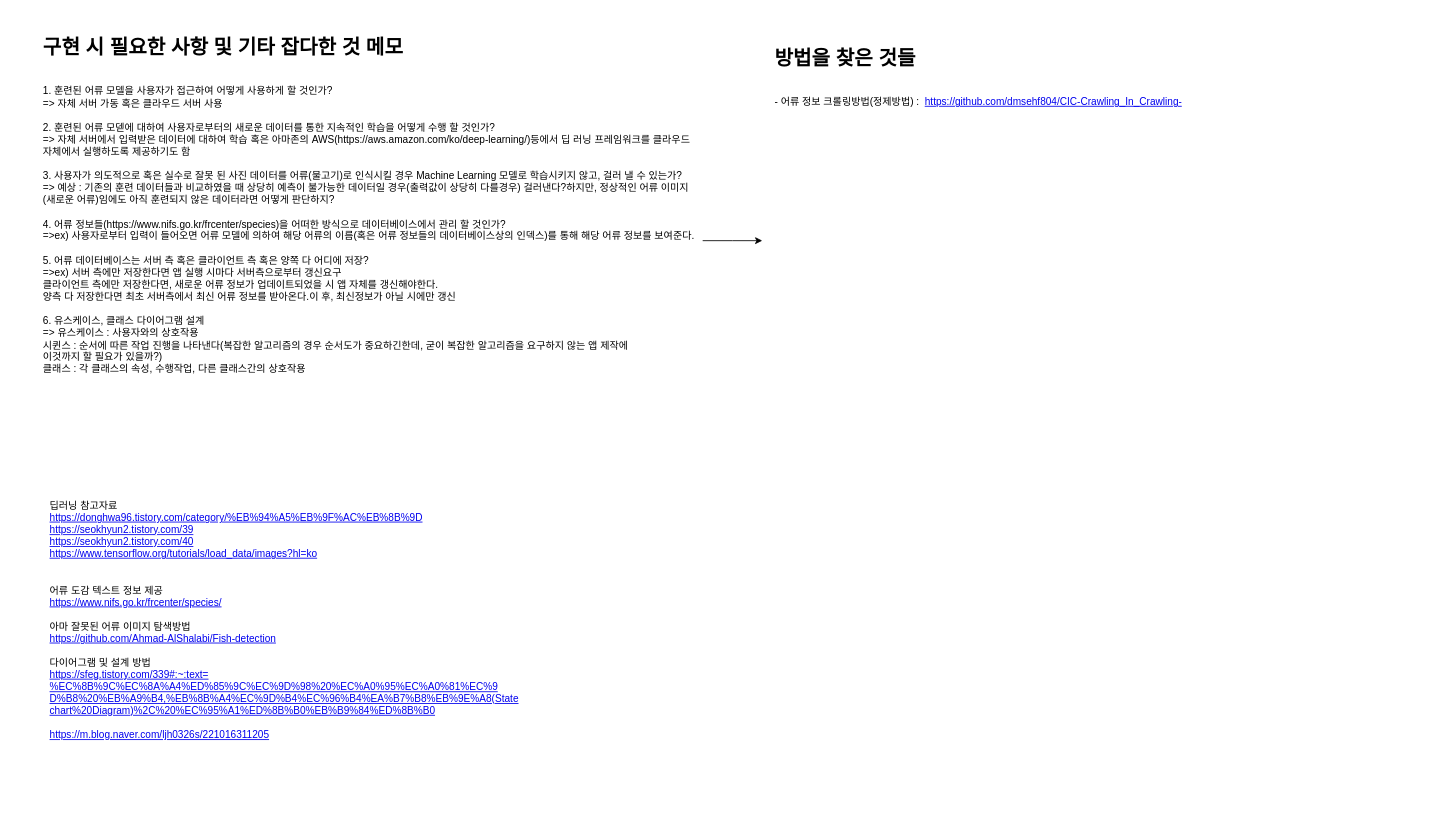
Before: page "메모" (1 of 6) of 설계/설계.drawio in 2021-KNU-Capstone-Team1/FishDic, a draw.io diagram. Source tidied: cells renumbered, new cells numbered last; positions are measured from the earlier drawing's top-left corner, leaving out a move shared by most shapes. Both pictures are drawn from the tidied source at 84%, with x=0, y=0 at pixel (39, 30).
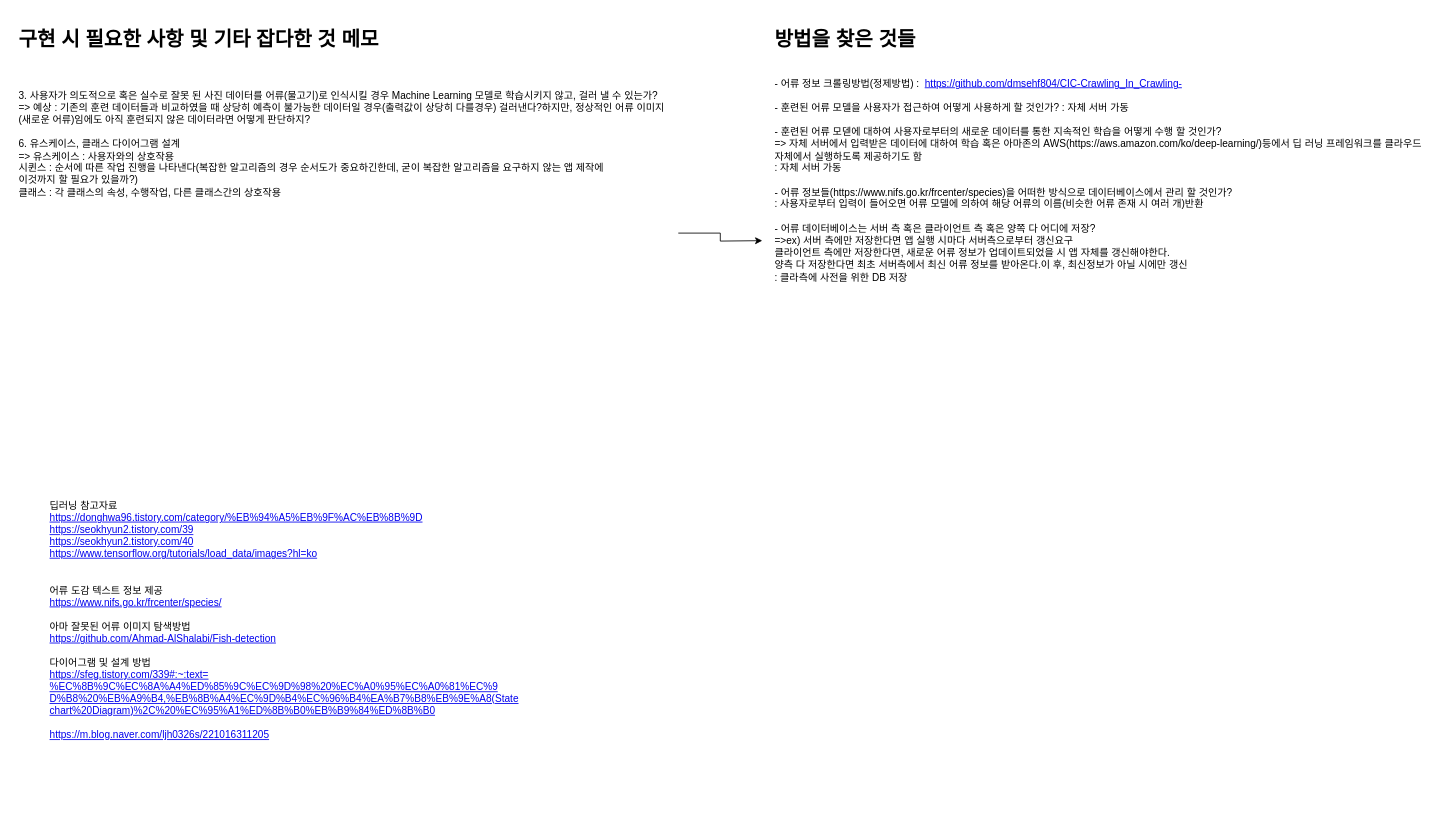
The same diagram, later.

What changed in the source:
```diff
@@
 <mxGraphModel>
   <root>
     <mxCell id="0" />
     <mxCell id="1" parent="0" />
     <mxCell id="2" style="edgeStyle=orthogonalEdgeStyle;rounded=0;jettySize=auto;html=1;" parent="1" edge="1" source="3">
       <mxGeometry relative="1" as="geometry">
         <mxPoint x="861" y="250" as="targetPoint" />
       </mxGeometry>
     </mxCell>
-    <mxCell id="3" value="&lt;h1&gt;구현 시 필요한 사항 및 기타 잡다한 것 메모&lt;/h1&gt;&lt;div&gt;&lt;br&gt;&lt;/div&gt;&lt;div&gt;1. 훈련된 어류 모델을 사용자가 접근하여 어떻게 사용하게 할 것인가?&lt;/div&gt;&lt;div&gt;=&amp;gt; 자체 서버 가동 혹은 클라우드 서버 사용&lt;/div&gt;&lt;div&gt;&lt;br&gt;&lt;/div&gt;&lt;div&gt;2. 훈련된 어류 모덷에 대하여 사용자로부터의 새로운 데이터를 통한 지속적인 학습을 어떻게 수행 할 것인가?&lt;/div&gt;&lt;div&gt;=&amp;gt; 자체 서버에서 입력받은 데이터에 대하여 학습 혹은 아마존의 AWS(https://aws.amazon.com/ko/deep-learning/)등에서 딥 러닝 프레임워크를 클라우드 자체에서 실행하도록 제공하기도 함&lt;/div&gt;&lt;div&gt;&lt;br&gt;&lt;/div&gt;&lt;div&gt;3. 사용자가 의도적으로 혹은 실수로 잘못 된 사진 데이터를 어류(물고기)로 인식시킬 경우 Machine Learning 모델로 학습시키지 않고, 걸러 낼 수 있는가?&lt;/div&gt;&lt;div&gt;=&amp;gt; 예상 : 기존의 훈련 데이터들과 비교하였을 때 상당히 예측이 불가능한 데이터일 경우(출력값이 상당히 다를경우) 걸러낸다?하지만, 정상적인 어류 이미지(새로운 어류)임에도 아직 훈련되지 않은 데이터라면 어떻게 판단하지?&lt;/div&gt;&lt;div&gt;&lt;br&gt;&lt;/div&gt;&lt;div&gt;4. 어류 정보들(https://www.nifs.go.kr/frcenter/species)을 어떠한 방식으로 데이터베이스에서 관리 할 것인가?&lt;/div&gt;&lt;div&gt;=&amp;gt;ex) 사용자로부터 입력이 들어오면 어류 모델에 의하여 해당 어류의 이름(혹은 어류 정보들의 데이터베이스상의 인덱스)를 통해 해당 어류 정보를 보여준다.&lt;/div&gt;&lt;div&gt;&lt;br&gt;&lt;/div&gt;&lt;div&gt;5. 어류 데이터베이스는 서버 측 혹은 클라이언트 측 혹은 양쪽 다 어디에 저장?&lt;/div&gt;&lt;div&gt;=&amp;gt;ex) 서버 측에만 저장한다면 앱 실행 시마다 서버측으로부터 갱신요구&lt;/div&gt;&lt;div&gt;클라이언트 측에만 저장한다면, 새로운 어류 정보가 업데이트되었을 시 앱 자체를 갱신해야한다.&lt;/div&gt;&lt;div&gt;양측 다 저장한다면 최초 서버측에서 최신 어류 정보를 받아온다.이 후, 최신정보가 아닐 시에만 갱신&lt;/div&gt;&lt;div&gt;&lt;br&gt;&lt;/div&gt;&lt;div&gt;6. 유스케이스, 클래스 다이어그램 설계&lt;/div&gt;&lt;div&gt;=&amp;gt; 유스케이스 : 사용자와의 상호작용&lt;/div&gt;&lt;div&gt;시퀸스 : 순서에 따른 작업 진행을 나타낸다(복잡한 알고리즘의 경우 순서도가 중요하긴한데, 굳이 복잡한 알고리즘을 요구하지 않는 앱 제작에&amp;nbsp;&lt;/div&gt;&lt;div&gt;이것까지 할 필요가 있을까?)&lt;/div&gt;&lt;div&gt;클래스 : 각 클래스의 속성, 수행작업, 다른 클래스간의 상호작용&lt;/div&gt;" style="text;html=1;strokeColor=none;fillColor=none;spacing=5;spacingTop=-20;whiteSpace=wrap;overflow=hidden;rounded=0;align=left;" parent="1" vertex="1">
-      <mxGeometry width="790" height="500" as="geometry" />
+    <mxCell id="3" value="&lt;h1&gt;구현 시 필요한 사항 및 기타 잡다한 것 메모&lt;/h1&gt;&lt;div&gt;&lt;br&gt;&lt;/div&gt;&lt;div&gt;&lt;br&gt;&lt;/div&gt;&lt;div&gt;3. 사용자가 의도적으로 혹은 실수로 잘못 된 사진 데이터를 어류(물고기)로 인식시킬 경우 Machine Learning 모델로 학습시키지 않고, 걸러 낼 수 있는가?&lt;/div&gt;&lt;div&gt;=&amp;gt; 예상 : 기존의 훈련 데이터들과 비교하였을 때 상당히 예측이 불가능한 데이터일 경우(출력값이 상당히 다를경우) 걸러낸다?하지만, 정상적인 어류 이미지(새로운 어류)임에도 아직 훈련되지 않은 데이터라면 어떻게 판단하지?&lt;/div&gt;&lt;div&gt;&lt;br&gt;&lt;/div&gt;&lt;div&gt;6. 유스케이스, 클래스 다이어그램 설계&lt;/div&gt;&lt;div&gt;=&amp;gt; 유스케이스 : 사용자와의 상호작용&lt;/div&gt;&lt;div&gt;시퀸스 : 순서에 따른 작업 진행을 나타낸다(복잡한 알고리즘의 경우 순서도가 중요하긴한데, 굳이 복잡한 알고리즘을 요구하지 않는 앱 제작에&amp;nbsp;&lt;/div&gt;&lt;div&gt;이것까지 할 필요가 있을까?)&lt;/div&gt;&lt;div&gt;클래스 : 각 클래스의 속성, 수행작업, 다른 클래스간의 상호작용&lt;/div&gt;" style="text;html=1;strokeColor=none;fillColor=none;spacing=5;spacingTop=-20;whiteSpace=wrap;overflow=hidden;rounded=0;align=left;" parent="1" vertex="1">
+      <mxGeometry x="-29" y="-9" width="790" height="500" as="geometry" />
     </mxCell>
     <mxCell id="4" value="&lt;span&gt;&lt;br&gt;딥러닝 참고자료&lt;br&gt;&lt;a href=&quot;https://donghwa96.tistory.com/category/%EB%94%A5%EB%9F%AC%EB%8B%9D&quot;&gt;https://donghwa96.tistory.com/category/%EB%94%A5%EB%9F%AC%EB%8B%9D&lt;/a&gt;&lt;br&gt;&lt;a href=&quot;https://seokhyun2.tistory.com/39&quot;&gt;https://seokhyun2.tistory.com/39&lt;/a&gt;&lt;br&gt;&lt;a href=&quot;https://seokhyun2.tistory.com/40&quot;&gt;https://seokhyun2.tistory.com/40&lt;/a&gt;&lt;br&gt;&lt;a href=&quot;https://www.tensorflow.org/tutorials/load_data/images?hl=ko&quot;&gt;https://www.tensorflow.org/tutorials/load_data/images?hl=ko&lt;/a&gt;&lt;br&gt;&lt;br&gt;&lt;br&gt;어류 도감 텍스트 정보 제공&lt;/span&gt;&lt;br&gt;&lt;a href=&quot;https://www.nifs.go.kr/frcenter/species/&quot;&gt;https://www.nifs.go.kr/frcenter/species/&lt;/a&gt;&lt;br&gt;&lt;br&gt;&lt;span&gt;아마 잘못된 어류 이미지 탐색방법&lt;/span&gt;&lt;br&gt;&lt;a href=&quot;https://github.com/Ahmad-AlShalabi/Fish-detection&quot;&gt;https://github.com/Ahmad-AlShalabi/Fish-detection&lt;/a&gt;&lt;br&gt;&lt;br&gt;다이어그램 및 설계 방법&lt;br&gt;&lt;a href=&quot;https://sfeg.tistory.com/339#:~:text=%EC%8B%9C%EC%8A%A4%ED%85%9C%EC%9D%98%20%EC%A0%95%EC%A0%81%EC%9D%B8%20%EB%A9%B4,%EB%8B%A4%EC%9D%B4%EC%96%B4%EA%B7%B8%EB%9E%A8(Statechart%20Diagram)%2C%20%EC%95%A1%ED%8B%B0%EB%B9%84%ED%8B%B0&quot;&gt;https://sfeg.tistory.com/339#:~:text=&lt;br&gt;%EC%8B%9C%EC%8A%A4%ED%85%9C%EC%9D%98%20%EC%A0%95%EC%A0%81%EC%9&lt;br&gt;D%B8%20%EB%A9%B4,%EB%8B%A4%EC%9D%B4%EC%96%B4%EA%B7%B8%EB%9E%A8(State&lt;br&gt;chart%20Diagram)%2C%20%EC%95%A1%ED%8B%B0%EB%B9%84%ED%8B%B0&lt;/a&gt;&lt;br&gt;&lt;br&gt;&lt;a href=&quot;https://m.blog.naver.com/ljh0326s/221016311205&quot;&gt;https://m.blog.naver.com/ljh0326s/221016311205&lt;/a&gt;" style="text;html=1;strokeColor=none;fillColor=none;align=left;verticalAlign=middle;whiteSpace=wrap;rounded=0;" parent="1" vertex="1">
       <mxGeometry x="11" y="470" width="681" height="450" as="geometry" />
     </mxCell>
-    <mxCell id="5" value="&lt;h1&gt;방법을 찾은 것들&lt;/h1&gt;&lt;div&gt;&lt;br&gt;&lt;/div&gt;&lt;div&gt;- 어류 정보 크롤링방법(정제방법) :&amp;nbsp; &lt;a href=&quot;https://github.com/dmsehf804/CIC-Crawling_In_Crawling-&quot;&gt;https://github.com/dmsehf804/CIC-Crawling_In_Crawling-&lt;/a&gt;&lt;/div&gt;&lt;div&gt;&lt;/div&gt;" style="text;html=1;strokeColor=none;fillColor=none;spacing=5;spacingTop=-20;whiteSpace=wrap;overflow=hidden;rounded=0;align=left;" parent="1" vertex="1">
-      <mxGeometry x="871" y="13" width="790" height="500" as="geometry" />
+    <mxCell id="5" value="&lt;h1&gt;방법을 찾은 것들&lt;/h1&gt;&lt;div&gt;&lt;br&gt;&lt;/div&gt;&lt;div&gt;- 어류 정보 크롤링방법(정제방법) :&amp;nbsp; &lt;a href=&quot;https://github.com/dmsehf804/CIC-Crawling_In_Crawling-&quot;&gt;https://github.com/dmsehf804/CIC-Crawling_In_Crawling-&lt;/a&gt;&lt;/div&gt;&lt;div&gt;&lt;br&gt;&lt;/div&gt;&lt;div&gt;&lt;div&gt;- 훈련된 어류 모델을 사용자가 접근하여 어떻게 사용하게 할 것인가? :&amp;nbsp;&lt;span&gt;자체 서버 가동&lt;/span&gt;&lt;/div&gt;&lt;div&gt;&lt;br&gt;&lt;/div&gt;&lt;div&gt;- 훈련된 어류 모덷에 대하여 사용자로부터의 새로운 데이터를 통한 지속적인 학습을 어떻게 수행 할 것인가?&lt;/div&gt;&lt;div&gt;=&amp;gt; 자체 서버에서 입력받은 데이터에 대하여 학습 혹은 아마존의 AWS(https://aws.amazon.com/ko/deep-learning/)등에서 딥 러닝 프레임워크를 클라우드 자체에서 실행하도록 제공하기도 함&lt;/div&gt;&lt;div&gt;: 자체 서버 가동&lt;/div&gt;&lt;div&gt;&lt;br&gt;&lt;/div&gt;&lt;/div&gt;&lt;div&gt;&lt;div&gt;- 어류 정보들(https://www.nifs.go.kr/frcenter/species)을 어떠한 방식으로 데이터베이스에서 관리 할 것인가?&lt;/div&gt;&lt;div&gt;: 사용자로부터 입력이 들어오면 어류 모델에 의하여 해당 어류의 이름(비슷한 어류 존재 시 여러 개)반환&lt;/div&gt;&lt;div&gt;&lt;br&gt;&lt;/div&gt;&lt;div&gt;- 어류 데이터베이스는 서버 측 혹은 클라이언트 측 혹은 양쪽 다 어디에 저장?&lt;/div&gt;&lt;div&gt;=&amp;gt;ex) 서버 측에만 저장한다면 앱 실행 시마다 서버측으로부터 갱신요구&lt;/div&gt;&lt;div&gt;클라이언트 측에만 저장한다면, 새로운 어류 정보가 업데이트되었을 시 앱 자체를 갱신해야한다.&lt;/div&gt;&lt;div&gt;양측 다 저장한다면 최초 서버측에서 최신 어류 정보를 받아온다.이 후, 최신정보가 아닐 시에만 갱신&lt;/div&gt;&lt;div&gt;: 클라측에 사전을 위한 DB 저장&lt;/div&gt;&lt;/div&gt;&lt;div&gt;&lt;/div&gt;" style="text;html=1;strokeColor=none;fillColor=none;spacing=5;spacingTop=-20;whiteSpace=wrap;overflow=hidden;rounded=0;align=left;" parent="1" vertex="1">
+      <mxGeometry x="871" y="-9" width="790" height="500" as="geometry" />
     </mxCell>
   </root>
 </mxGraphModel>
```
